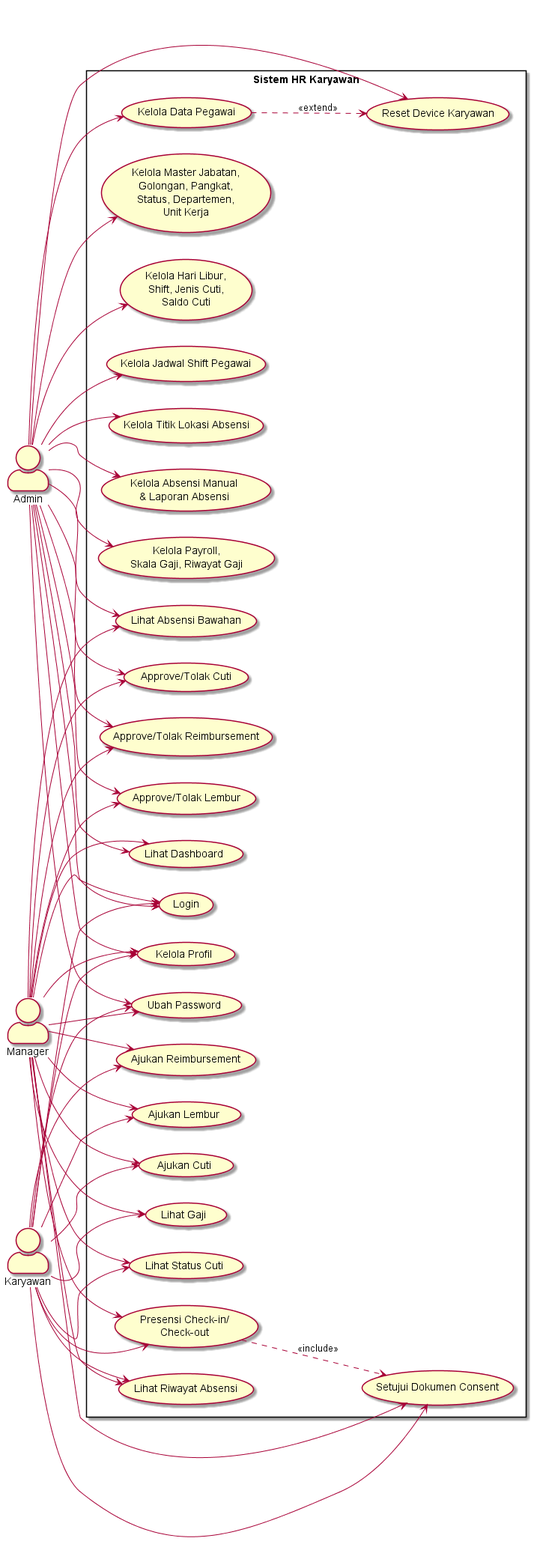
Earlier version of the PlantUML export docs/USE_CASE_DIAGRAM.png (muhammadsatrioadi/SmartHR).
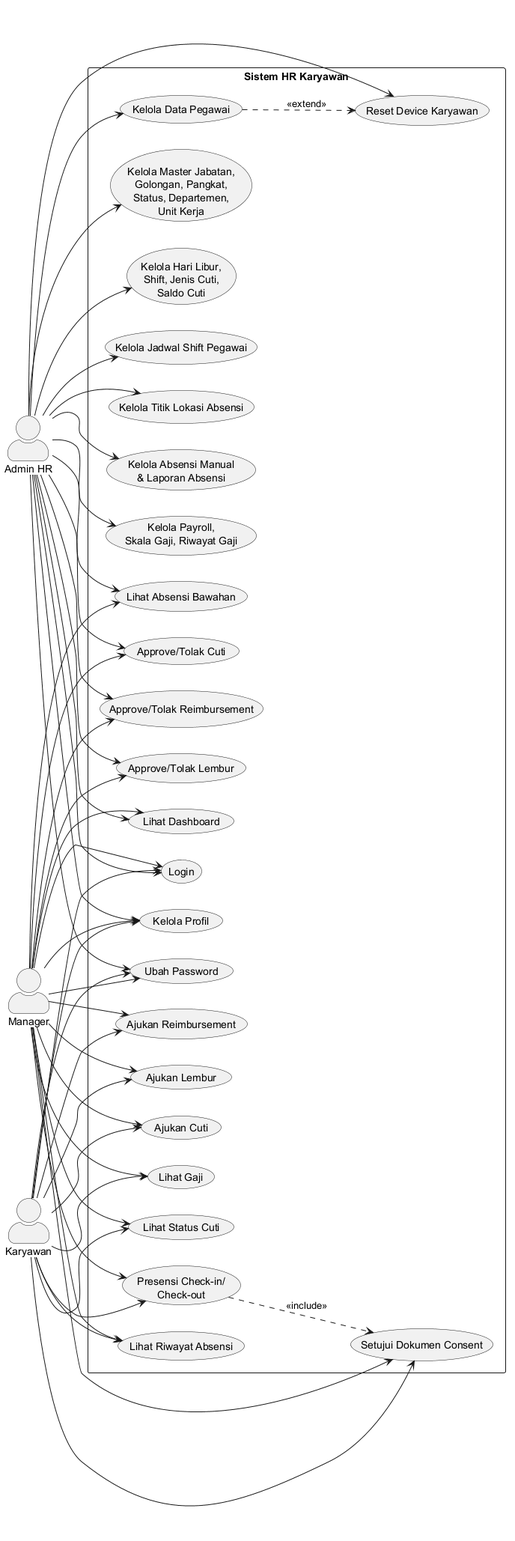
Later version of the same file.

Change to the diagram source:
```diff
@@ -3,7 +3,7 @@
 skinparam packageStyle rectangle
 skinparam actorStyle awesome
 
-actor Admin
+actor "Admin HR" as Admin
 actor Manager
 actor Karyawan
 
```
